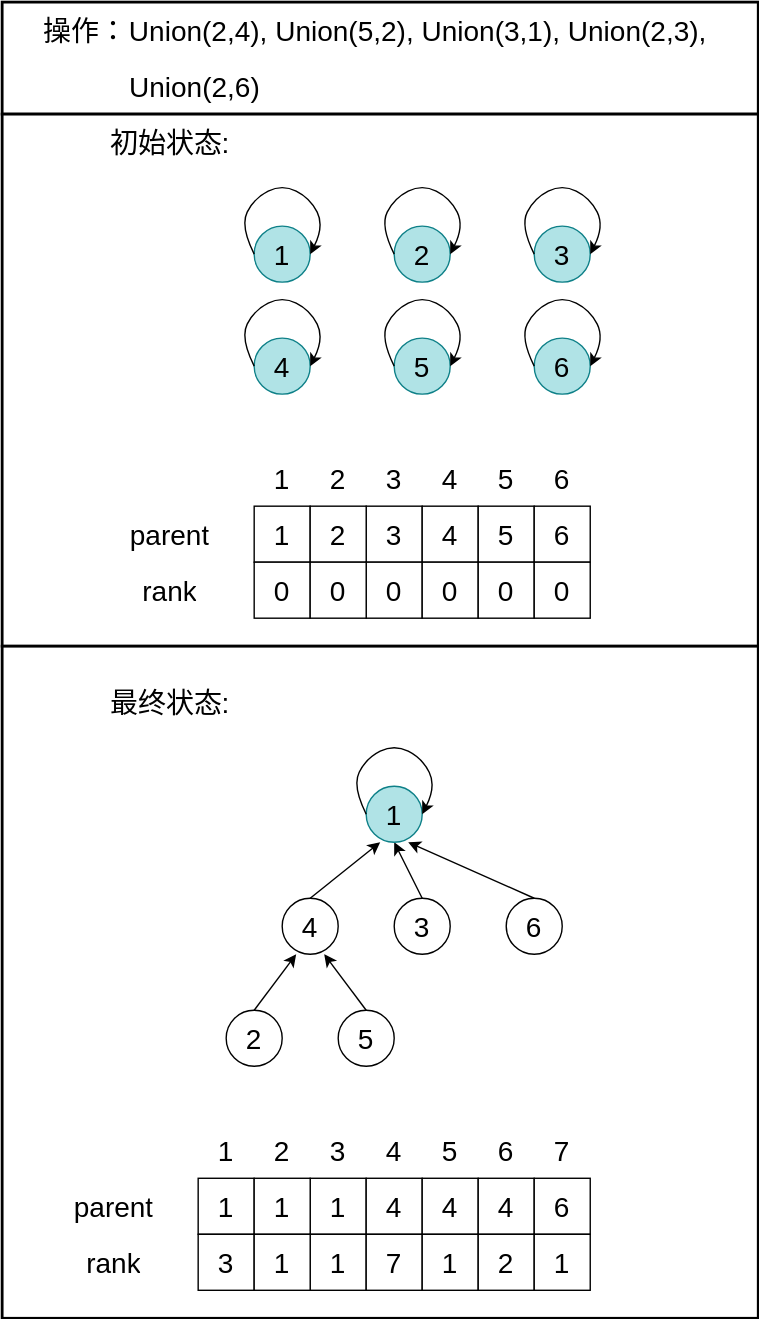
TBD2021/Salt-and-Computer-Science keeps this draw.io diagram as Algorithms/img/DisjointSet2.svg. Above is the earlier version. Source tidied: cells renumbered, new cells last; positions are measured from the earlier drawing's top-left corner, leaving out a move shared by most shapes.
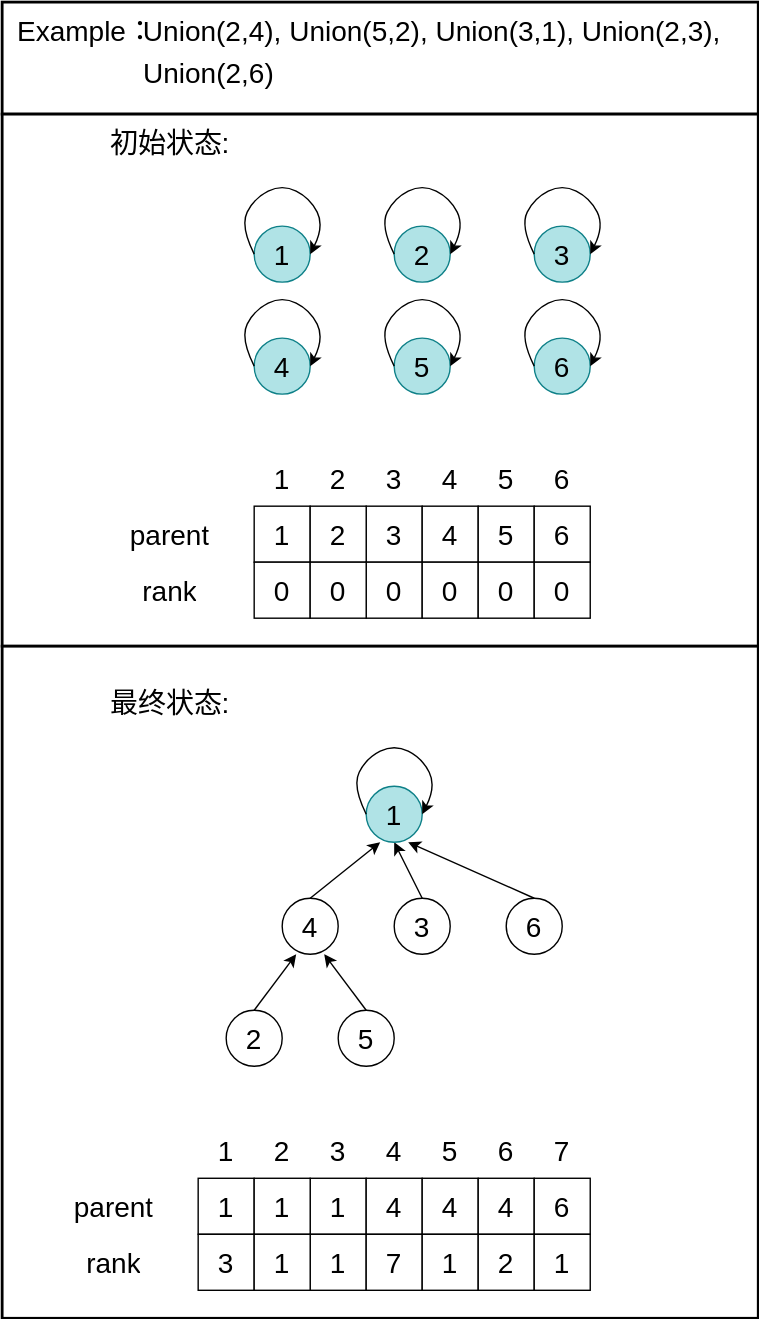
Later version of the same file.

The edit, as a diff of the source:
```diff
@@ -154,12 +154,12 @@
     </object>
     <object id="38" label="&lt;span style=&quot;font-size: 20px;&quot;&gt;Union(2,4), Union(5,2), Union(3,1),&amp;nbsp;&lt;/span&gt;&lt;font style=&quot;font-size: 20px;&quot;&gt;Union(2,3),&amp;nbsp;&lt;/font&gt;" name="Variable" placeholders="1">
       <mxCell style="text;html=1;strokeColor=none;fillColor=none;align=center;verticalAlign=middle;whiteSpace=wrap;overflow=hidden;" parent="1" vertex="1">
-        <mxGeometry x="65" width="470" height="40" as="geometry" />
+        <mxGeometry x="80" width="460" height="40" as="geometry" />
       </mxCell>
     </object>
     <object id="39" label="&lt;span style=&quot;font-size: 20px;&quot;&gt;&amp;nbsp;Union(2,6)&lt;/span&gt;" name="Variable" placeholders="1">
       <mxCell style="text;html=1;strokeColor=none;fillColor=none;align=center;verticalAlign=middle;whiteSpace=wrap;overflow=hidden;" parent="1" vertex="1">
-        <mxGeometry y="40" width="270" height="40" as="geometry" />
+        <mxGeometry x="10" y="30" width="270" height="40" as="geometry" />
       </mxCell>
     </object>
     <object id="40" label="&lt;span style=&quot;font-size: 20px;&quot;&gt;最终状态:&lt;/span&gt;" name="Variable" placeholders="1">
@@ -533,7 +533,7 @@
         </Array>
       </mxGeometry>
     </mxCell>
-    <object id="121" label="&lt;span style=&quot;font-size: 20px;&quot;&gt;操作：&lt;/span&gt;" name="Variable" placeholders="1">
+    <object id="121" label="&lt;span style=&quot;font-size: 20px;&quot;&gt;Example：&lt;/span&gt;" name="Variable" placeholders="1">
       <mxCell style="text;html=1;strokeColor=none;fillColor=none;align=center;verticalAlign=middle;whiteSpace=wrap;overflow=hidden;" parent="1" vertex="1">
         <mxGeometry width="120" height="40" as="geometry" />
       </mxCell>
```
